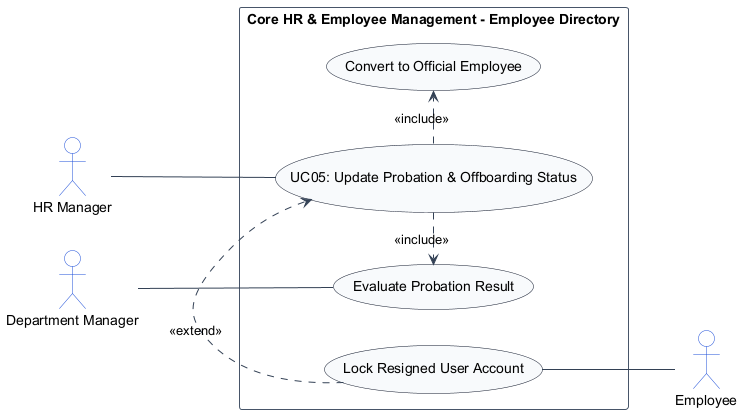
Above: usecase_images/UC05.png in TamBui1706/HRPlatform (PlantUML), before the change.
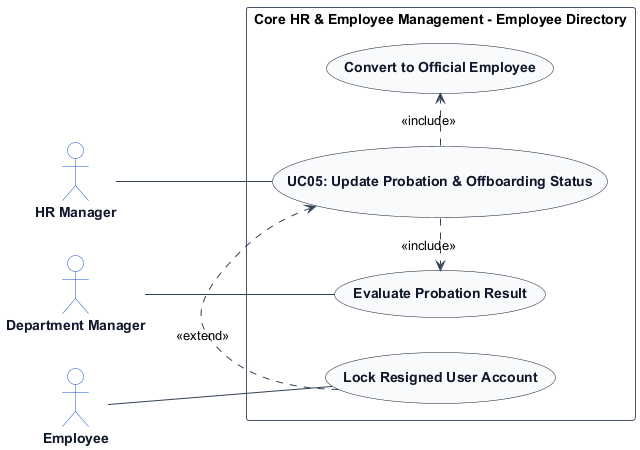
The same diagram one commit later.

Change to the diagram source:
```diff
@@ -7,14 +7,20 @@
 skinparam ArrowColor #334155
 skinparam ActorBorderColor #1d4ed8
 skinparam ActorBackgroundColor #ffffff
+skinparam ActorFontColor #0f172a
+skinparam ActorFontStyle bold
+
 skinparam UsecaseBorderColor #0f172a
 skinparam UsecaseBackgroundColor #f8fafc
+skinparam UsecaseFontColor #0f172a
+skinparam UsecaseFontStyle bold
+
 skinparam RectangleBorderColor #475569
 skinparam RectangleBackgroundColor #ffffff
 
 actor "HR Manager" as HRManager
+actor "Department Manager" as DepartmentManager
 actor "Employee" as Employee
-actor "Department Manager" as DepartmentManager
 
 rectangle "Core HR & Employee Management - Employee Directory" {
     usecase "UC05: Update Probation & Offboarding Status" as UC_Main
@@ -24,9 +30,9 @@
 
     HRManager -- UC_Main
     DepartmentManager -- UC_Prob
+    Employee -- UC_LockAcc
     UC_Main .> UC_Prob : <<include>>
     UC_Main .> UC_Official : <<include>>
     UC_LockAcc .> UC_Main : <<extend>>
-    UC_LockAcc -- Employee
 }
 @enduml
```
